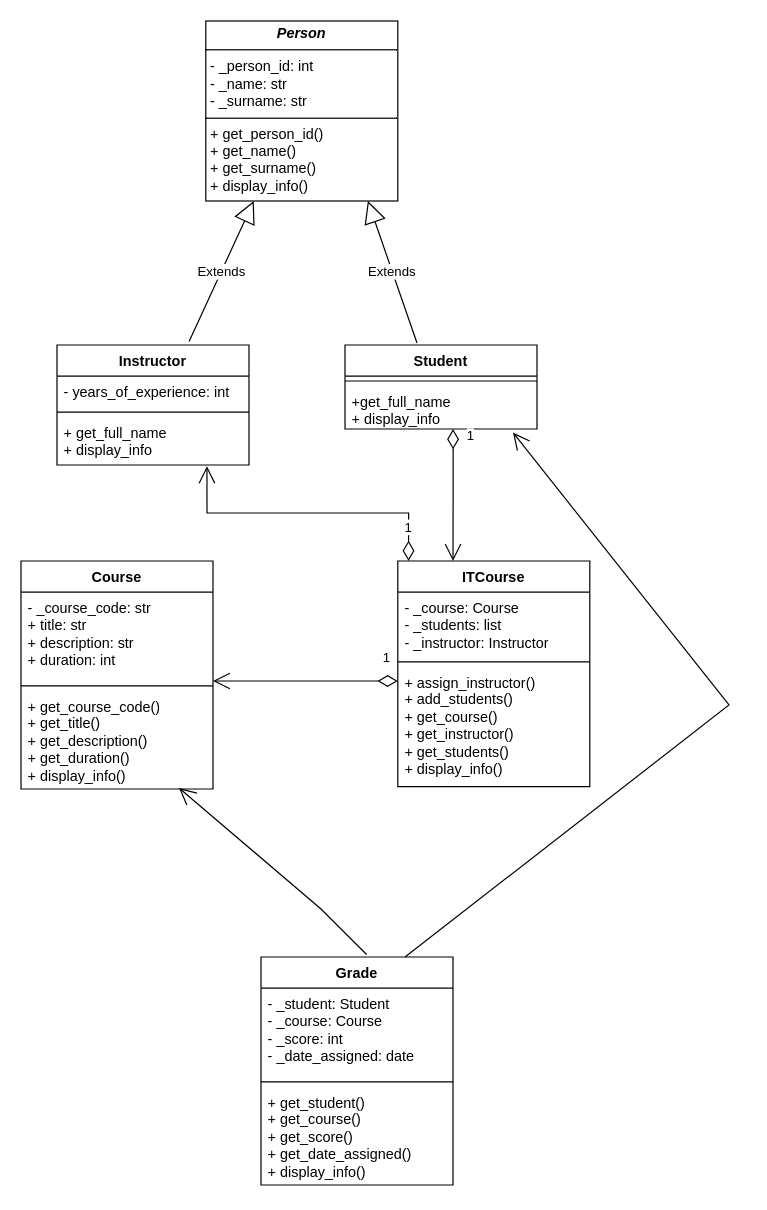
Before: HW_36/usage_of_OOP_UML_diagram.drawio.xml in Yevgaiz/Hillel_QA_Automation, a draw.io diagram. Source tidied: cells renumbered, new cells numbered last; positions are measured from the earlier drawing's top-left corner, leaving out a move shared by most shapes. Both pictures are drawn from the tidied source at 120%, with x=0, y=0 at pixel (20, 20).
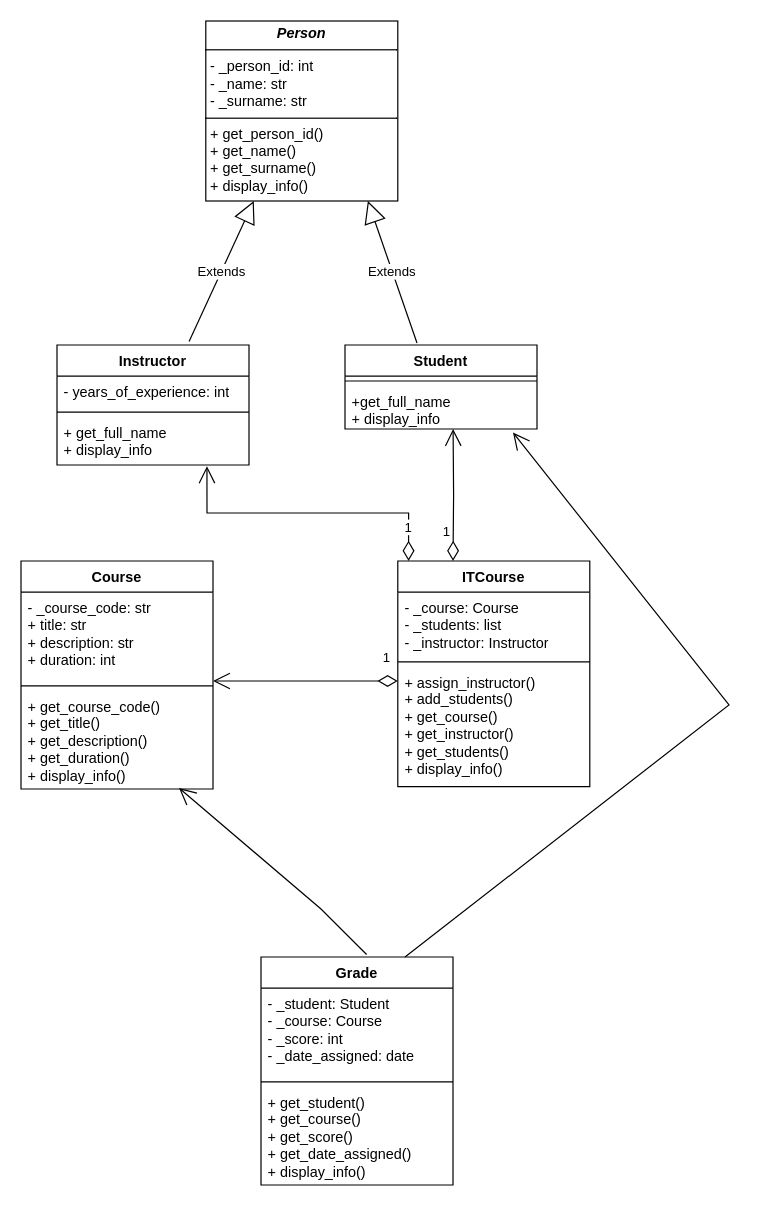
Above is the later version.

Commit message (it also covers changes not shown here):
diagram and code corrections 2

The change refers to these unchanged cells:
```xml
<mxCell id="10" value="&lt;div&gt;+get_full_name&lt;/div&gt;+ display_info" style="text;strokeColor=none;fillColor=none;align=left;verticalAlign=top;spacingLeft=4;spacingRight=4;overflow=hidden;points=[[0,0.5],[1,0.5]];portConstraint=eastwest;whiteSpace=wrap;html=1;" parent="8" vertex="1">
  <mxGeometry y="34" width="160" height="36" as="geometry" />
</mxCell>
```

The edit, as a diff of the source:
```diff
@@
-    <mxCell id="25" value="1" style="endArrow=open;html=1;endSize=12;startArrow=diamondThin;startSize=14;startFill=0;edgeStyle=orthogonalEdgeStyle;align=left;verticalAlign=bottom;rounded=0;exitX=0.563;exitY=1;exitDx=0;exitDy=0;exitPerimeter=0;" parent="1" edge="1" source="10">
+    <mxCell id="25" value="1" style="endArrow=open;html=1;endSize=12;startArrow=diamondThin;startSize=14;startFill=0;edgeStyle=orthogonalEdgeStyle;align=left;verticalAlign=bottom;rounded=0;exitX=0.563;exitY=1;exitDx=0;exitDy=0;exitPerimeter=0;entryX=0.563;entryY=1;entryDx=0;entryDy=0;entryPerimeter=0;" parent="1" edge="1" target="10">
       <mxGeometry x="-0.73" y="10" relative="1" as="geometry">
-        <mxPoint x="360" y="450" as="targetPoint" />
+        <mxPoint x="360" y="450" as="sourcePoint" />
       </mxGeometry>
     </mxCell>
```
